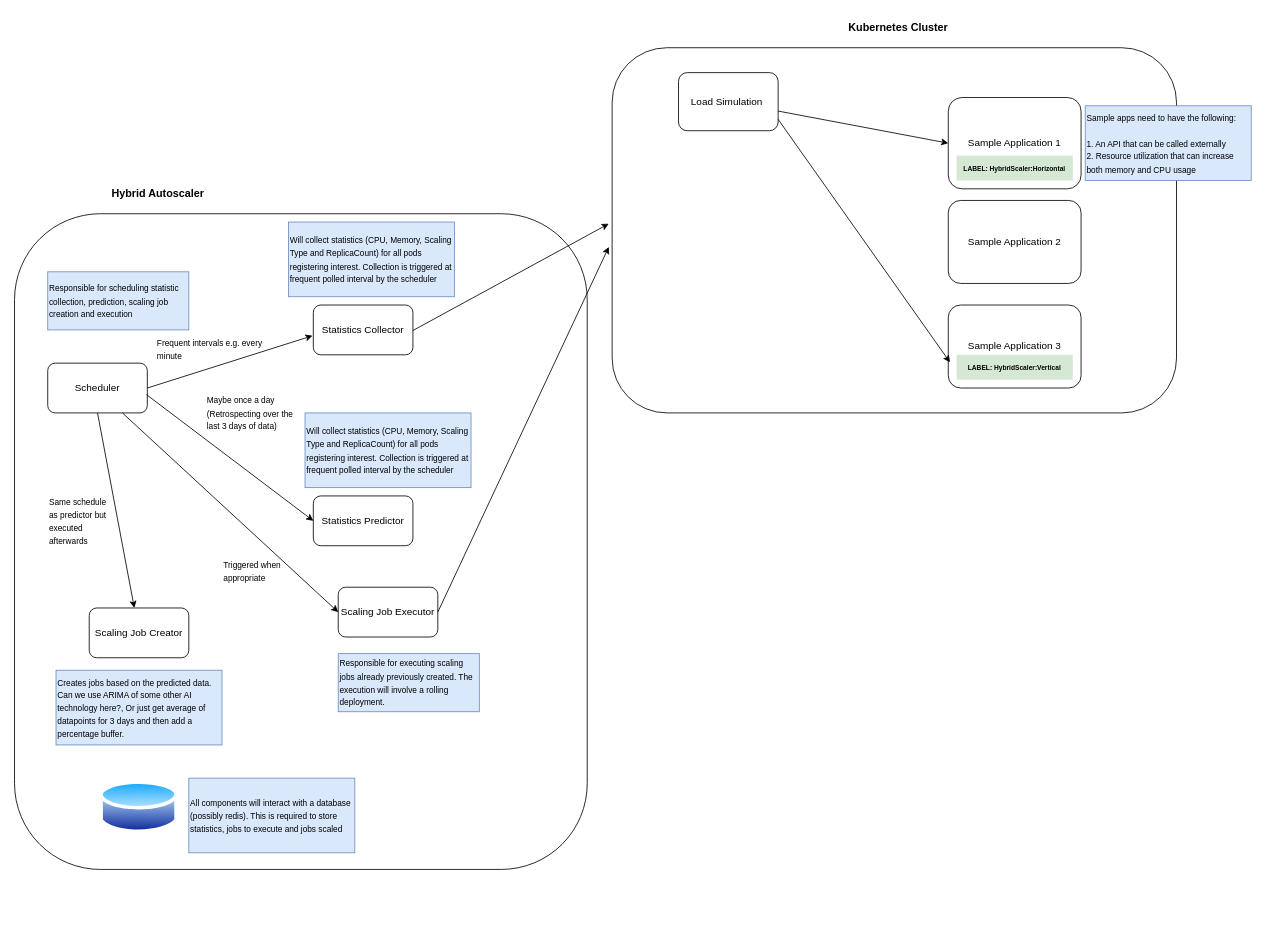
Before: High level design.drawio in kerrystack/msc-project, a draw.io diagram. Source tidied: cells renumbered, new cells numbered last; positions are measured from the earlier drawing's top-left corner, leaving out a move shared by most shapes. Both pictures are drawn from the tidied source at 83%, with x=0, y=0 at pixel (14, 14).
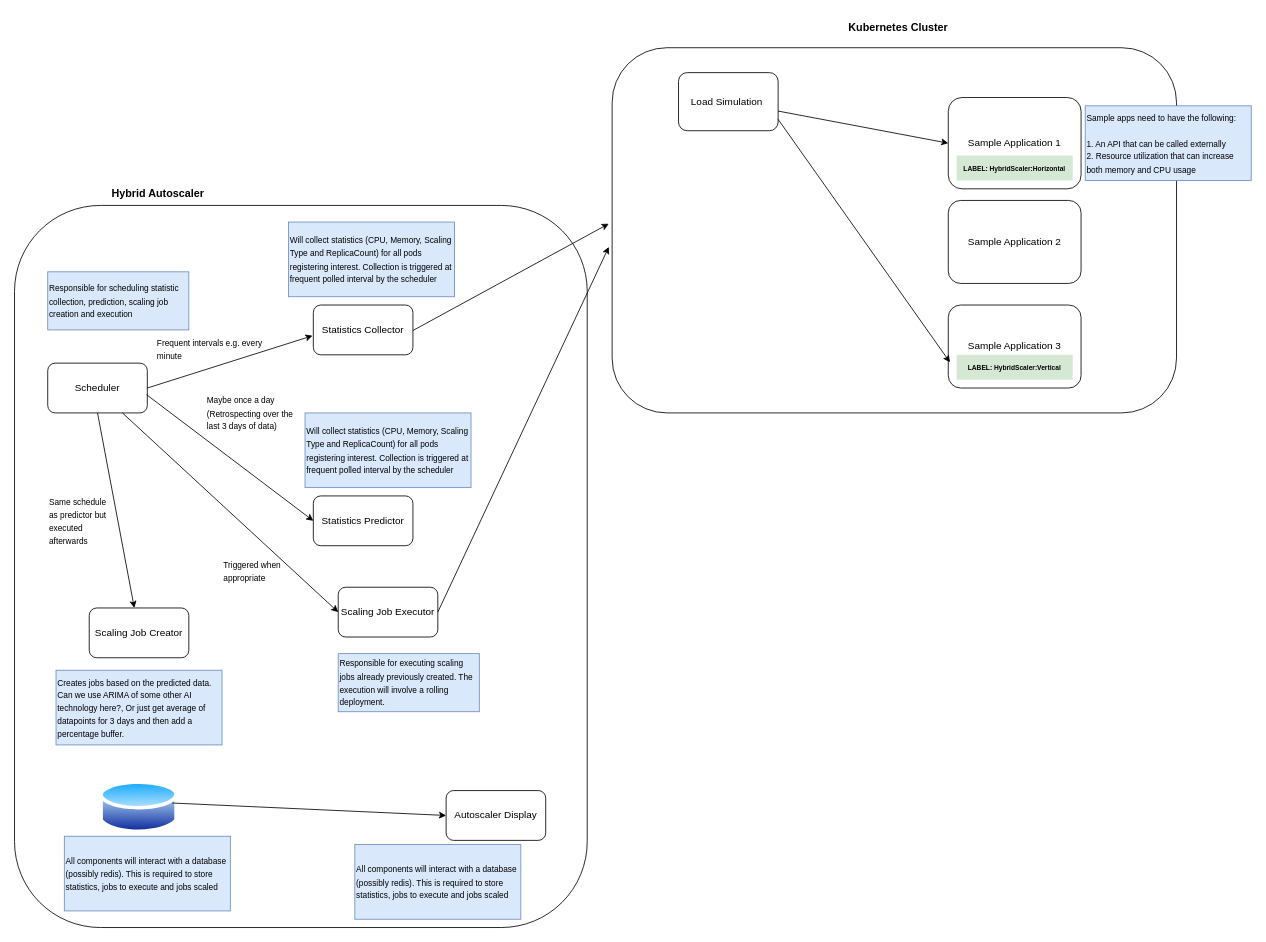
The same page after the edit.

Commit message:
Added autoscalar display to diagram

What changed in the source:
```diff
@@
     <mxCell id="34" style="rounded=1;whiteSpace=wrap;html=1;fillColor=none;" parent="1" vertex="1">
-      <mxGeometry y="240" width="690" height="790" as="geometry" />
+      <mxGeometry y="230" width="690" height="870" as="geometry" />
     </mxCell>
     <mxCell id="35" value="&lt;span style=&quot;font-size: 10px;&quot;&gt;All components will interact with a database (possibly redis). This is required to store statistics, jobs to execute and jobs scaled&lt;/span&gt;" style="text;html=1;strokeColor=#6c8ebf;fillColor=#dae8fc;align=left;verticalAlign=middle;whiteSpace=wrap;rounded=0;fontSize=13;fontStyle=0;" parent="1" vertex="1">
-      <mxGeometry x="210" y="920" width="200" height="90" as="geometry" />
+      <mxGeometry x="60" y="990" width="200" height="90" as="geometry" />
     </mxCell>
@@
+    <mxCell id="37" value="Autoscaler Display" style="rounded=1;whiteSpace=wrap;html=1;" parent="1" vertex="1">
+      <mxGeometry x="520" y="935" width="120" height="60" as="geometry" />
+    </mxCell>
+    <mxCell id="38" style="endArrow=classic;html=1;rounded=0;fontSize=10;exitX=0.5;exitY=1;exitDx=0;exitDy=0;entryX=0;entryY=0.5;entryDx=0;entryDy=0;" parent="1" edge="1" target="37">
+      <mxGeometry relative="1" as="geometry">
+        <mxPoint x="190" y="950" as="sourcePoint" />
+      </mxGeometry>
+    </mxCell>
+    <mxCell id="39" value="&lt;span style=&quot;font-size: 10px;&quot;&gt;All components will interact with a database (possibly redis). This is required to store statistics, jobs to execute and jobs scaled&lt;/span&gt;" style="text;html=1;strokeColor=#6c8ebf;fillColor=#dae8fc;align=left;verticalAlign=middle;whiteSpace=wrap;rounded=0;fontSize=13;fontStyle=0;" parent="1" vertex="1">
+      <mxGeometry x="410" y="1000" width="200" height="90" as="geometry" />
+    </mxCell>
```
